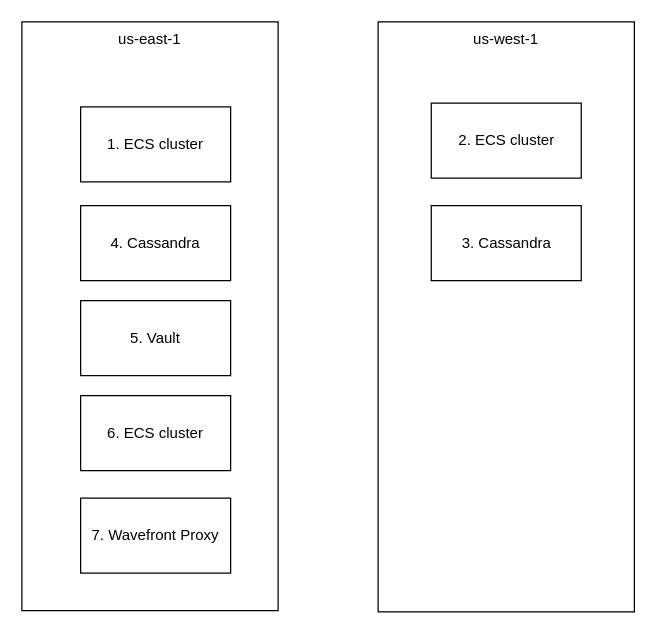
Above: Cert Rotation.drawio in Albert-W/Draw_io (draw.io), before the change. Source tidied: cells renumbered, new cells numbered last; positions are measured from the earlier drawing's top-left corner, leaving out a move shared by most shapes. Both pictures are drawn from the tidied source at 125%, with x=0, y=0 at pixel (21, 21).
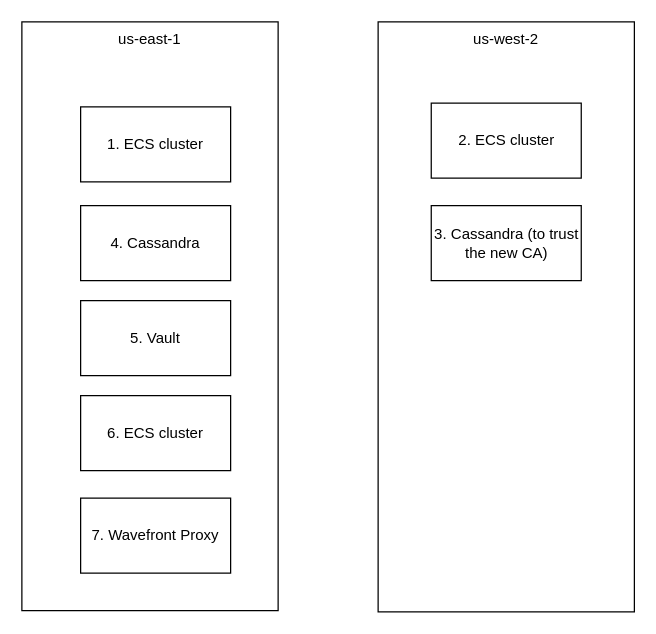
After the change.

Diff of the diagram source:
```diff
@@
 <mxGraphModel>
   <root>
     <mxCell id="0" />
     <mxCell id="1" parent="0" />
     <mxCell id="2" value="us-east-1" style="rounded=0;whiteSpace=wrap;html=1;verticalAlign=top;" parent="1" vertex="1">
       <mxGeometry width="205" height="471" as="geometry" />
     </mxCell>
-    <mxCell id="3" value="us-west-1" style="rounded=0;whiteSpace=wrap;html=1;verticalAlign=top;" parent="1" vertex="1">
+    <mxCell id="3" value="us-west-2" style="rounded=0;whiteSpace=wrap;html=1;verticalAlign=top;" parent="1" vertex="1">
       <mxGeometry x="285" width="205" height="472" as="geometry" />
     </mxCell>
     <mxCell id="4" value="1. ECS cluster" style="rounded=0;whiteSpace=wrap;html=1;" parent="1" vertex="1">
       <mxGeometry x="47" y="68" width="120" height="60" as="geometry" />
     </mxCell>
     <mxCell id="5" value="2. ECS cluster" style="rounded=0;whiteSpace=wrap;html=1;" parent="1" vertex="1">
       <mxGeometry x="327.5" y="65" width="120" height="60" as="geometry" />
     </mxCell>
-    <mxCell id="6" value="3. Cassandra" style="rounded=0;whiteSpace=wrap;html=1;" parent="1" vertex="1">
+    <mxCell id="6" value="3. Cassandra (to trust the new CA)" style="rounded=0;whiteSpace=wrap;html=1;" parent="1" vertex="1">
       <mxGeometry x="327.5" y="147" width="120" height="60" as="geometry" />
     </mxCell>
     <mxCell id="7" value="4. Cassandra" style="rounded=0;whiteSpace=wrap;html=1;" parent="1" vertex="1">
       <mxGeometry x="47" y="147" width="120" height="60" as="geometry" />
     </mxCell>
     <mxCell id="8" value="5. Vault" style="rounded=0;whiteSpace=wrap;html=1;" parent="1" vertex="1">
       <mxGeometry x="47" y="223" width="120" height="60" as="geometry" />
     </mxCell>
     <mxCell id="9" value="6. ECS cluster" style="rounded=0;whiteSpace=wrap;html=1;" parent="1" vertex="1">
       <mxGeometry x="47" y="299" width="120" height="60" as="geometry" />
     </mxCell>
     <mxCell id="10" value="7. Wavefront Proxy" style="rounded=0;whiteSpace=wrap;html=1;" parent="1" vertex="1">
       <mxGeometry x="47" y="381" width="120" height="60" as="geometry" />
     </mxCell>
   </root>
 </mxGraphModel>
```
